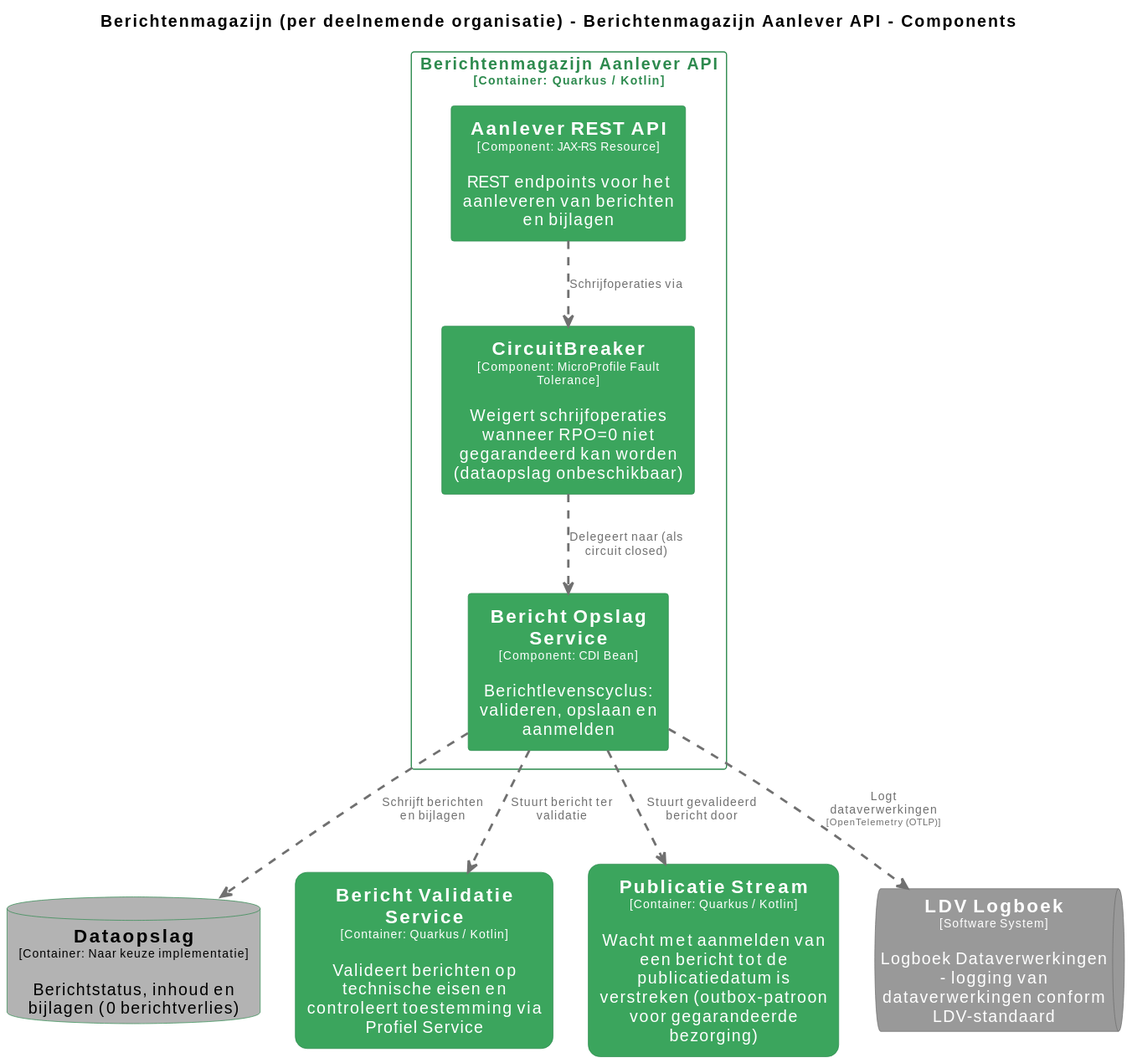
This is pr-preview/pr-22/master/svg/AanleverAPIComponenten.svg from MinBZK/moza-poc-fbs-berichtenbox, a PlantUML export, as it was before one commit. Its source is kept beside it as pr-preview/pr-22/master/puml/AanleverAPIComponenten.puml.
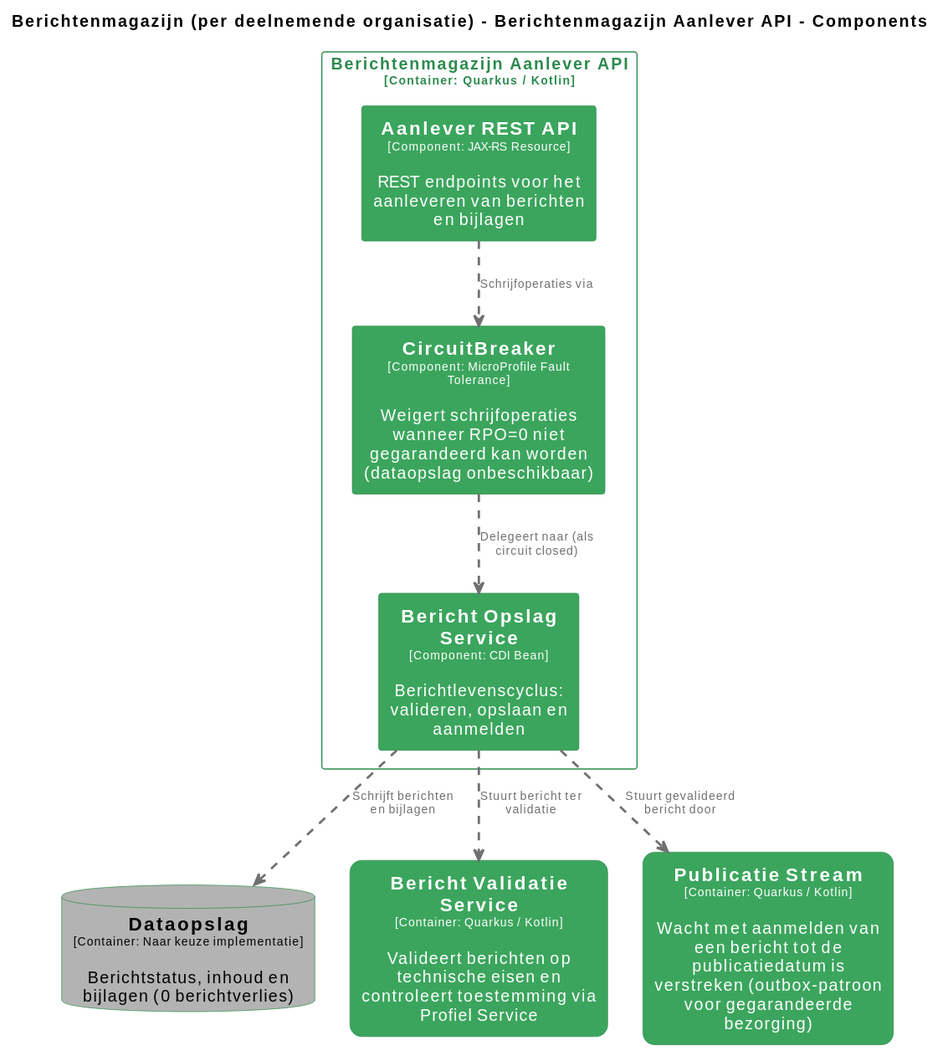
Above is the later version.

The edit, as a diff of the source:
```diff
@@ -46,12 +46,6 @@
   BorderColor #2d8a4e
   shadowing false
 }
-skinparam queue<<LDVLogboek>> {
-  BackgroundColor #999999
-  FontColor #ffffff
-  BorderColor #6b6b6b
-  shadowing false
-}
 skinparam rectangle<<Berichtenmagazijnperdeelnemendeorganisatie.PublicatieStream>> {
   BackgroundColor #3ba55d
   FontColor #ffffff
@@ -68,7 +62,6 @@
 database "==Dataopslag\n<size:10>[Container: Naar keuze implementatie]</size>\n\nBerichtstatus, inhoud en bijlagen (0 berichtverlies)" <<Berichtenmagazijnperdeelnemendeorganisatie.Dataopslag>> as Berichtenmagazijnperdeelnemendeorganisatie.Dataopslag
 rectangle "==Bericht Validatie Service\n<size:10>[Container: Quarkus / Kotlin]</size>\n\nValideert berichten op technische eisen en controleert toestemming via Profiel Service" <<Berichtenmagazijnperdeelnemendeorganisatie.BerichtValidatieService>> as Berichtenmagazijnperdeelnemendeorganisatie.BerichtValidatieService
 rectangle "==Publicatie Stream\n<size:10>[Container: Quarkus / Kotlin]</size>\n\nWacht met aanmelden van een bericht tot de publicatiedatum is verstreken (outbox-patroon voor gegarandeerde bezorging)" <<Berichtenmagazijnperdeelnemendeorganisatie.PublicatieStream>> as Berichtenmagazijnperdeelnemendeorganisatie.PublicatieStream
-queue "==LDV Logboek\n<size:10>[Software System]</size>\n\nLogboek Dataverwerkingen - logging van dataverwerkingen conform LDV-standaard" <<LDVLogboek>> as LDVLogboek
 
 rectangle "Berichtenmagazijn Aanlever API\n<size:10>[Container: Quarkus / Kotlin]</size>" <<Berichtenmagazijnperdeelnemendeorganisatie.BerichtenmagazijnAanleverAPI>> {
   rectangle "==Aanlever REST API\n<size:10>[Component: JAX-RS Resource]</size>\n\nREST endpoints voor het aanleveren van berichten en bijlagen" <<Berichtenmagazijnperdeelnemendeorganisatie.BerichtenmagazijnAanleverAPI.AanleverRESTAPI>> as Berichtenmagazijnperdeelnemendeorganisatie.BerichtenmagazijnAanleverAPI.AanleverRESTAPI
@@ -76,7 +69,6 @@
   rectangle "==Bericht Opslag Service\n<size:10>[Component: CDI Bean]</size>\n\nBerichtlevenscyclus: valideren, opslaan en aanmelden" <<Berichtenmagazijnperdeelnemendeorganisatie.BerichtenmagazijnAanleverAPI.BerichtOpslagService>> as Berichtenmagazijnperdeelnemendeorganisatie.BerichtenmagazijnAanleverAPI.BerichtOpslagService
 }
 
-Berichtenmagazijnperdeelnemendeorganisatie.BerichtenmagazijnAanleverAPI.BerichtOpslagService .[#707070,thickness=2].> LDVLogboek : "<color:#707070>Logt dataverwerkingen\n<color:#707070><size:8>[OpenTelemetry (OTLP)]</size>"
 Berichtenmagazijnperdeelnemendeorganisatie.BerichtenmagazijnAanleverAPI.AanleverRESTAPI .[#707070,thickness=2].> Berichtenmagazijnperdeelnemendeorganisatie.BerichtenmagazijnAanleverAPI.CircuitBreaker : "<color:#707070>Schrijfoperaties via"
 Berichtenmagazijnperdeelnemendeorganisatie.BerichtenmagazijnAanleverAPI.CircuitBreaker .[#707070,thickness=2].> Berichtenmagazijnperdeelnemendeorganisatie.BerichtenmagazijnAanleverAPI.BerichtOpslagService : "<color:#707070>Delegeert naar (als circuit closed)"
 Berichtenmagazijnperdeelnemendeorganisatie.BerichtenmagazijnAanleverAPI.BerichtOpslagService .[#707070,thickness=2].> Berichtenmagazijnperdeelnemendeorganisatie.Dataopslag : "<color:#707070>Schrijft berichten en bijlagen"
```
